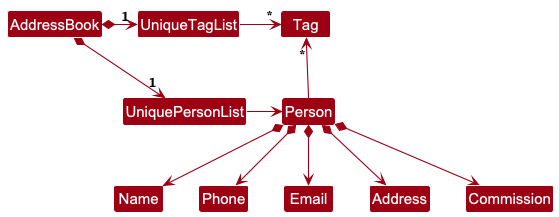
xk1234/tp keeps this PlantUML diagram as docs/images/BetterModelClassDiagram.png. Above is the earlier version.
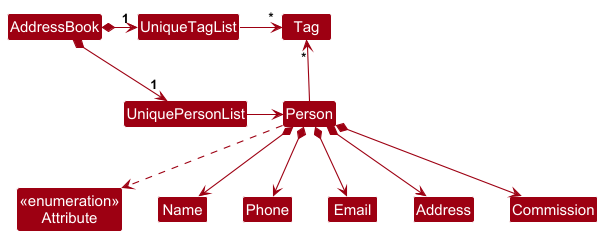
After the commit.

Commit message:
Compile and replace images

The edit, as a diff of the source:
```diff
@@ -12,6 +12,8 @@
 UniqueTagList -right-> "*" Tag
 UniquePersonList -right-> Person
 
+enum "<<enumeration>>\nAttribute" as Attribute
+
 Person -up-> "*" Tag
 
 Person *--> Name
@@ -19,4 +21,6 @@
 Person *--> Email
 Person *--> Address
 Person *--> Commission
+
+Person ..> Attribute
 @enduml
```
